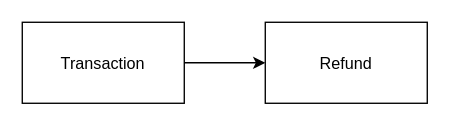
Before: docs/microservices/payment-service/erd.drawio in Defi-Oracle-Tooling/SolaceNet_Monorepo, a draw.io diagram. Source tidied: cells renumbered, new cells numbered last; positions are measured from the earlier drawing's top-left corner, leaving out a move shared by most shapes. Both pictures are drawn from the tidied source at 135%, with x=0, y=0 at pixel (22, 22).
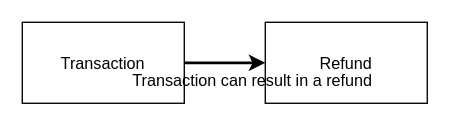
Above is the later version.

The edit, as a diff of the source:
```diff
@@
 <mxGraphModel>
   <root>
     <mxCell id="0" />
     <mxCell id="1" parent="0" />
     <mxCell id="2" value="Transaction" style="shape=rectangle;" parent="1" vertex="1">
       <mxGeometry width="120" height="60" as="geometry" />
     </mxCell>
     <mxCell id="3" value="Refund" style="shape=rectangle;" parent="1" vertex="1">
       <mxGeometry x="180" width="120" height="60" as="geometry" />
     </mxCell>
-    <mxCell id="4" parent="1" edge="1" source="2" target="3">
+    <mxCell id="4" style="edgeStyle=orthogonalEdgeStyle;rounded=1;strokeColor=#000000;strokeWidth=2;" parent="1" edge="1" source="2" target="3">
       <mxGeometry relative="1" as="geometry" />
     </mxCell>
+    <mxCell id="5" value="Transaction can result in a refund" style="text;strokeColor=none;fillColor=none;fontSize=12;" parent="1" vertex="1">
+      <mxGeometry x="80" y="30" width="200" height="20" as="geometry" />
+    </mxCell>
   </root>
 </mxGraphModel>
```
